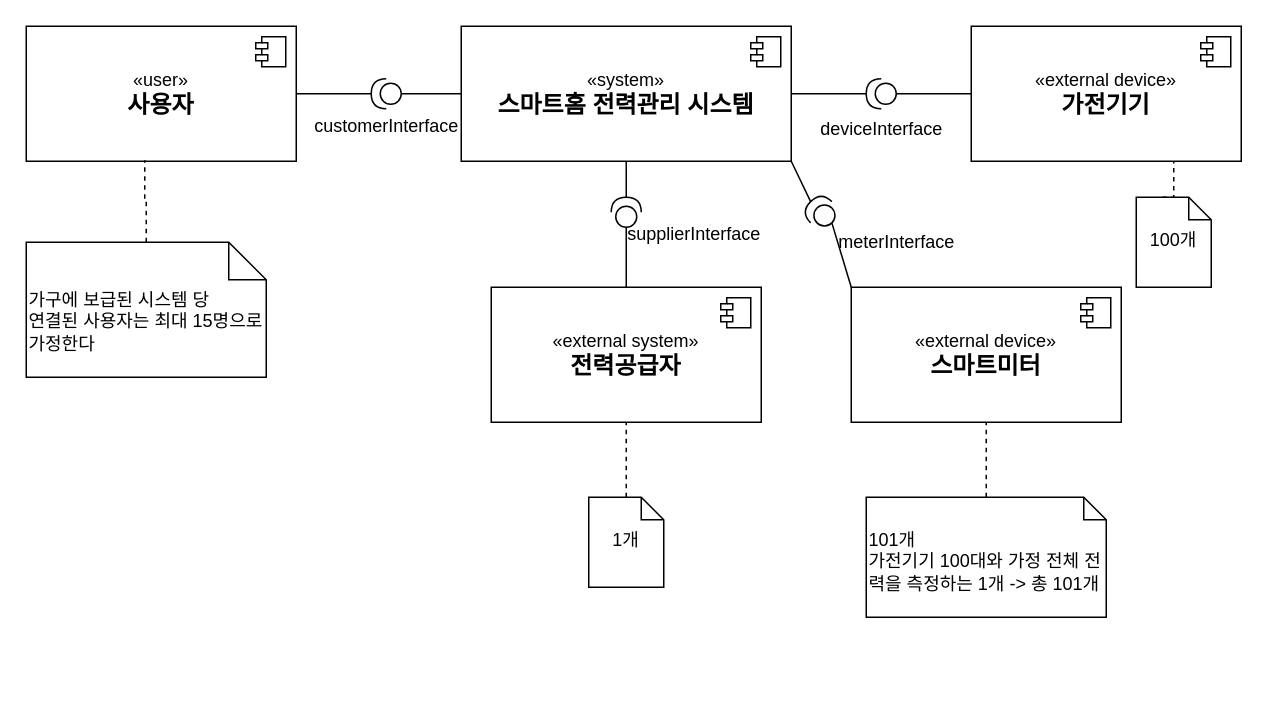
This is systemContext_interim.drawio from GeniusHoon/AssociateArchitect, a draw.io file, before an edit. Source tidied: cells renumbered, new cells numbered last; positions are measured from the earlier drawing's top-left corner, leaving out a move shared by most shapes. Both pictures are drawn from the tidied source at 150%, with x=0, y=0 at pixel (26, 26).
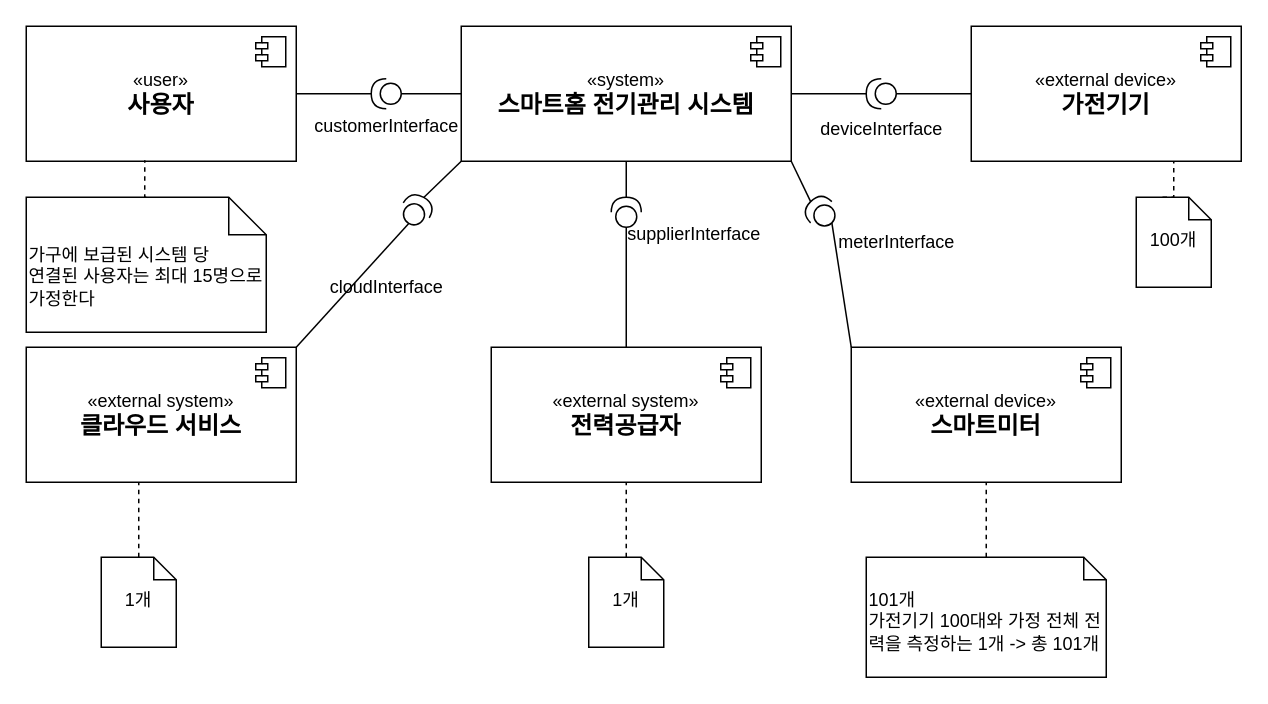
After the change.

Diff of the diagram source:
```diff
@@
-    <mxCell id="6" value="«system»&lt;br&gt;&lt;span style=&quot;font-size: 16px;&quot;&gt;&lt;b&gt;스마트홈 전력관리 시스템&lt;/b&gt;&lt;/span&gt;" style="html=1;whiteSpace=wrap;" parent="1" vertex="1">
+    <mxCell id="6" value="«system»&lt;br&gt;&lt;span style=&quot;font-size: 16px;&quot;&gt;&lt;b&gt;스마트홈 전기관리 시스템&lt;/b&gt;&lt;/span&gt;" style="html=1;whiteSpace=wrap;" parent="1" vertex="1">
       <mxGeometry x="290" width="220" height="90" as="geometry" />
     </mxCell>
@@
     <mxCell id="8" value="«external system»&lt;br&gt;&lt;b&gt;&lt;font style=&quot;font-size: 16px;&quot;&gt;전력공급자&lt;/font&gt;&lt;/b&gt;" style="html=1;whiteSpace=wrap;" parent="1" vertex="1">
-      <mxGeometry x="310" y="174" width="180" height="90" as="geometry" />
+      <mxGeometry x="310" y="214" width="180" height="90" as="geometry" />
     </mxCell>
@@
     <mxCell id="10" value="«external device»&lt;br&gt;&lt;span style=&quot;font-size: 16px;&quot;&gt;&lt;b&gt;스마트미터&lt;/b&gt;&lt;/span&gt;" style="html=1;whiteSpace=wrap;" parent="1" vertex="1">
-      <mxGeometry x="550" y="174" width="180" height="90" as="geometry" />
+      <mxGeometry x="550" y="214" width="180" height="90" as="geometry" />
     </mxCell>
@@
     <mxCell id="29" value="가구에 보급된 시스템 당&lt;div&gt;연결된 사용자는 최대 15명으로 가정한다&lt;/div&gt;" style="shape=note2;boundedLbl=1;whiteSpace=wrap;html=1;size=25;verticalAlign=top;align=left;" parent="1" vertex="1">
-      <mxGeometry y="144" width="160" height="90" as="geometry" />
+      <mxGeometry y="114" width="160" height="90" as="geometry" />
     </mxCell>
@@
     <mxCell id="31" value="1개" style="shape=note2;boundedLbl=1;whiteSpace=wrap;html=1;size=15;verticalAlign=top;align=center;" parent="1" vertex="1">
-      <mxGeometry x="375" y="314" width="50" height="60" as="geometry" />
+      <mxGeometry x="375" y="354" width="50" height="60" as="geometry" />
     </mxCell>
@@
     <mxCell id="33" value="101개&lt;div&gt;가전기기 100대와 가정 전체 전력을 측정하는 1개 -&amp;gt; 총 101개&lt;/div&gt;" style="shape=note2;boundedLbl=1;whiteSpace=wrap;html=1;size=15;verticalAlign=top;align=left;" parent="1" vertex="1">
-      <mxGeometry x="560" y="314" width="160" height="80" as="geometry" />
+      <mxGeometry x="560" y="354" width="160" height="80" as="geometry" />
     </mxCell>
     <mxCell id="34" style="edgeStyle=orthogonalEdgeStyle;rounded=0;jettySize=auto;html=1;exitX=0.5;exitY=0;exitDx=0;exitDy=0;exitPerimeter=0;endArrow=none;endFill=0;dashed=1;entryX=0.5;entryY=1;entryDx=0;entryDy=0;" parent="1" edge="1" source="33">
       <mxGeometry relative="1" as="geometry">
-        <mxPoint x="640" y="264" as="targetPoint" />
+        <mxPoint x="640" y="304" as="targetPoint" />
       </mxGeometry>
     </mxCell>
@@
+    <mxCell id="37" value="«external system»&lt;br&gt;&lt;b&gt;&lt;font style=&quot;font-size: 16px;&quot;&gt;클라우드 서비스&lt;/font&gt;&lt;/b&gt;" style="html=1;whiteSpace=wrap;" parent="1" vertex="1">
+      <mxGeometry y="214" width="180" height="90" as="geometry" />
+    </mxCell>
+    <mxCell id="38" style="shape=module;jettyWidth=8;jettyHeight=4;" parent="37" vertex="1">
+      <mxGeometry x="1" width="20" height="20" relative="1" as="geometry">
+        <mxPoint x="-27" y="7" as="offset" />
+      </mxGeometry>
+    </mxCell>
+    <mxCell id="39" style="rounded=0;jettySize=auto;html=1;exitX=1;exitY=0.5;exitDx=0;exitDy=0;exitPerimeter=0;entryX=0;entryY=1;entryDx=0;entryDy=0;endArrow=none;endFill=0;" parent="1" edge="1" source="41" target="6">
+      <mxGeometry relative="1" as="geometry" />
+    </mxCell>
+    <mxCell id="40" style="rounded=0;jettySize=auto;html=1;exitX=0;exitY=0.5;exitDx=0;exitDy=0;exitPerimeter=0;entryX=1;entryY=0;entryDx=0;entryDy=0;endArrow=none;endFill=0;" parent="1" edge="1" source="41" target="37">
+      <mxGeometry relative="1" as="geometry" />
+    </mxCell>
+    <mxCell id="41" style="shape=providedRequiredInterface;html=1;verticalLabelPosition=bottom;sketch=0;rotation=-150;direction=south;" parent="1" vertex="1">
+      <mxGeometry x="250" y="112.8" width="20" height="20" as="geometry" />
+    </mxCell>
+    <mxCell id="42" value="cloudInterface" style="text;html=1;align=center;verticalAlign=middle;strokeColor=none;fillColor=none;" parent="1" vertex="1">
+      <mxGeometry x="190" y="159" width="100" height="30" as="geometry" />
+    </mxCell>
+    <mxCell id="43" value="1개" style="shape=note2;boundedLbl=1;whiteSpace=wrap;html=1;size=15;verticalAlign=top;align=center;" parent="1" vertex="1">
+      <mxGeometry x="50" y="354" width="50" height="60" as="geometry" />
+    </mxCell>
+    <mxCell id="44" style="edgeStyle=orthogonalEdgeStyle;rounded=0;jettySize=auto;html=1;exitX=0.5;exitY=0;exitDx=0;exitDy=0;exitPerimeter=0;endArrow=none;endFill=0;dashed=1;entryX=0.5;entryY=1;entryDx=0;entryDy=0;" parent="1" edge="1" source="43">
+      <mxGeometry relative="1" as="geometry">
+        <mxPoint x="75" y="304" as="targetPoint" />
+      </mxGeometry>
+    </mxCell>
```
